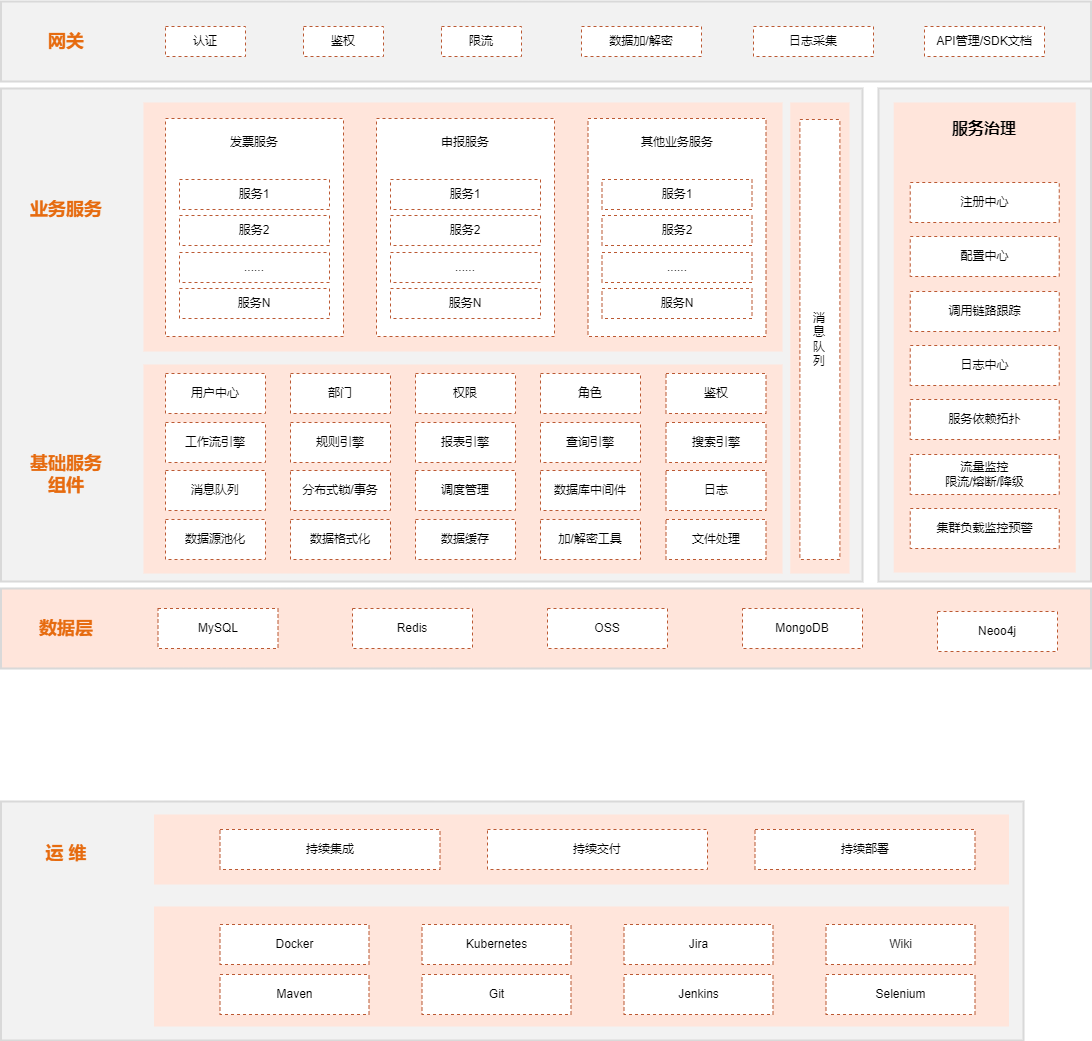
xingzhihe/hello-world keeps this draw.io diagram as 微服务.drawio.png. Above is the earlier version. Source tidied: cells renumbered, new cells last; positions are measured from the earlier drawing's top-left corner, leaving out a move shared by most shapes.
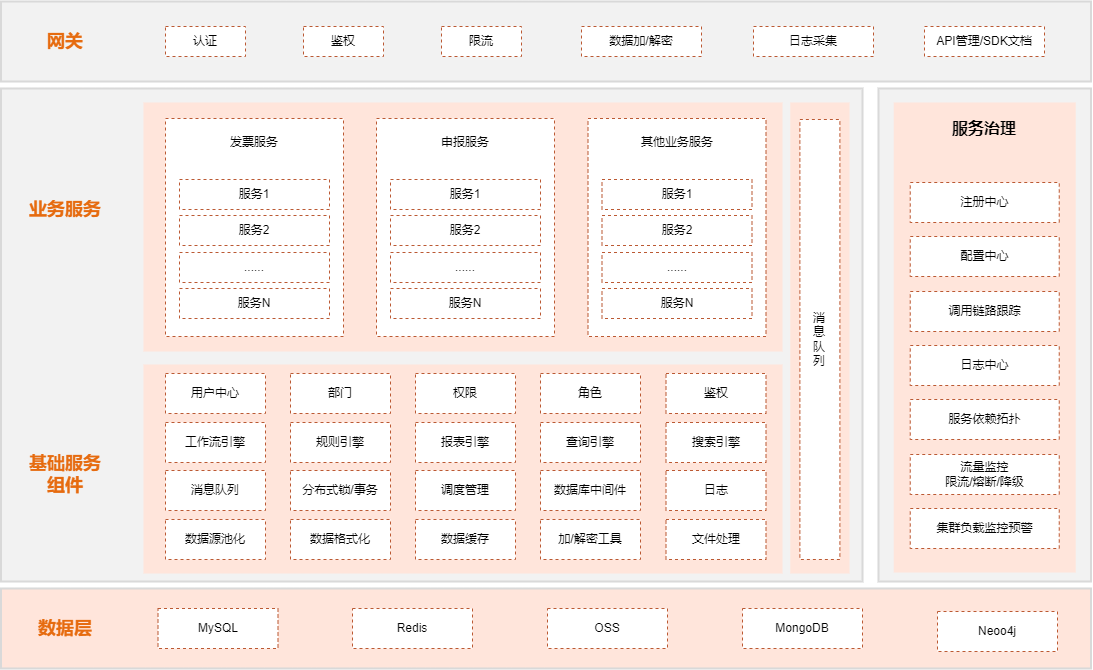
The same file after the commit.

Commit message:
已添加 微服务.drawio.png

What changed in the source:
```diff
@@ -8,15 +8,6 @@
     <mxCell id="3" style="whiteSpace=wrap;html=1;align=center;verticalAlign=top;fontSize=16;fontStyle=1;fillColor=#FFE5DB;strokeColor=none;fontColor=#143642;" parent="1" vertex="1">
       <mxGeometry x="789.8" y="101" width="59.2" height="471" as="geometry" />
     </mxCell>
-    <mxCell id="4" style="whiteSpace=wrap;html=1;fontSize=18;fontStyle=1;strokeWidth=2;fillColor=#F2F2F2;strokeColor=#D9D9D9;" parent="1" vertex="1">
-      <mxGeometry x="0.5" y="800" width="1022.5" height="239" as="geometry" />
-    </mxCell>
-    <mxCell id="5" style="whiteSpace=wrap;html=1;strokeColor=none;dashed=1;verticalAlign=top;spacingTop=0;fillColor=#FFE5DB;fontSize=16;" parent="1" vertex="1">
-      <mxGeometry x="153.5" y="813" width="855" height="70" as="geometry" />
-    </mxCell>
-    <mxCell id="6" style="whiteSpace=wrap;html=1;strokeColor=none;dashed=1;verticalAlign=top;spacingTop=0;fillColor=#FFE5DB;fontSize=16;" parent="1" vertex="1">
-      <mxGeometry x="153.5" y="905" width="855" height="120" as="geometry" />
-    </mxCell>
     <mxCell id="7" style="whiteSpace=wrap;html=1;fontSize=18;fontStyle=1;strokeWidth=2;fillColor=#F2F2F2;strokeColor=#D9D9D9;" parent="1" vertex="1">
       <mxGeometry x="0.5" width="1090" height="80" as="geometry" />
     </mxCell>
@@ -122,24 +113,6 @@
     <mxCell id="41" value="消&lt;br&gt;息&lt;br&gt;队&lt;br&gt;列" style="whiteSpace=wrap;html=1;strokeColor=#BB5933;dashed=1;" parent="1" vertex="1">
       <mxGeometry x="799.4" y="118" width="40" height="440" as="geometry" />
     </mxCell>
-    <mxCell id="42" value="Maven" style="whiteSpace=wrap;html=1;strokeColor=#BB5933;dashed=1;" parent="1" vertex="1">
-      <mxGeometry x="219.5" y="973" width="149" height="40" as="geometry" />
-    </mxCell>
-    <mxCell id="43" value="Git" style="whiteSpace=wrap;html=1;strokeColor=#BB5933;dashed=1;" parent="1" vertex="1">
-      <mxGeometry x="421.5" y="973" width="149" height="40" as="geometry" />
-    </mxCell>
-    <mxCell id="44" value="Docker" style="whiteSpace=wrap;html=1;strokeColor=#BB5933;dashed=1;" parent="1" vertex="1">
-      <mxGeometry x="219.5" y="923" width="149" height="40" as="geometry" />
-    </mxCell>
-    <mxCell id="45" value="Jenkins" style="whiteSpace=wrap;html=1;strokeColor=#BB5933;dashed=1;" parent="1" vertex="1">
-      <mxGeometry x="623.5" y="973" width="149" height="40" as="geometry" />
-    </mxCell>
-    <mxCell id="46" value="Kubernetes" style="whiteSpace=wrap;html=1;strokeColor=#BB5933;dashed=1;" parent="1" vertex="1">
-      <mxGeometry x="421.5" y="923" width="149" height="40" as="geometry" />
-    </mxCell>
-    <mxCell id="47" value="Jira" style="whiteSpace=wrap;html=1;strokeColor=#BB5933;dashed=1;" parent="1" vertex="1">
-      <mxGeometry x="623.5" y="923" width="149" height="40" as="geometry" />
-    </mxCell>
     <mxCell id="48" value="Redis" style="whiteSpace=wrap;html=1;strokeColor=#BB5933;dashed=1;" parent="1" vertex="1">
       <mxGeometry x="352" y="607" width="120" height="40" as="geometry" />
     </mxCell>
@@ -239,23 +212,5 @@
     <mxCell id="80" value="服务依赖拓扑" style="whiteSpace=wrap;html=1;strokeColor=#BB5933;dashed=1;" parent="72" vertex="1">
       <mxGeometry x="16.5" y="297" width="149" height="40" as="geometry" />
     </mxCell>
-    <mxCell id="81" value="Wiki" style="whiteSpace=wrap;html=1;strokeColor=#BB5933;dashed=1;" parent="1" vertex="1">
-      <mxGeometry x="825.5" y="923" width="149" height="40" as="geometry" />
-    </mxCell>
-    <mxCell id="82" value="持续集成" style="whiteSpace=wrap;html=1;strokeColor=#BB5933;dashed=1;" parent="1" vertex="1">
-      <mxGeometry x="219.5" y="828" width="220" height="40" as="geometry" />
-    </mxCell>
-    <mxCell id="83" value="持续交付" style="whiteSpace=wrap;html=1;strokeColor=#BB5933;dashed=1;" parent="1" vertex="1">
-      <mxGeometry x="487" y="828" width="220" height="40" as="geometry" />
-    </mxCell>
-    <mxCell id="84" value="持续部署" style="whiteSpace=wrap;html=1;strokeColor=#BB5933;dashed=1;" parent="1" vertex="1">
-      <mxGeometry x="754.5" y="828" width="220" height="40" as="geometry" />
-    </mxCell>
-    <mxCell id="85" value="Selenium" style="whiteSpace=wrap;html=1;strokeColor=#BB5933;dashed=1;" parent="1" vertex="1">
-      <mxGeometry x="825.5" y="973" width="149" height="40" as="geometry" />
-    </mxCell>
-    <mxCell id="86" value="运 维" style="whiteSpace=wrap;html=1;fillColor=none;strokeColor=none;fontSize=18;fontStyle=1;fontColor=#E66B0F;" parent="1" vertex="1">
-      <mxGeometry x="5.5" y="832" width="120" height="40" as="geometry" />
-    </mxCell>
   </root>
 </mxGraphModel>
```
